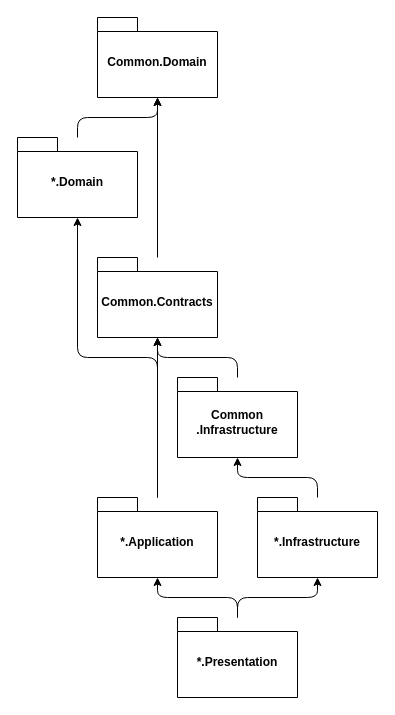
Above: Doc/DirectionOfDependencies.drawio in Shevchenko-Eduard/SecureEDM (draw.io), before the change. Source tidied: cells renumbered, new cells numbered last; positions are measured from the earlier drawing's top-left corner, leaving out a move shared by most shapes. Both pictures are drawn from the tidied source at 100%, with x=0, y=0 at pixel (17, 17).
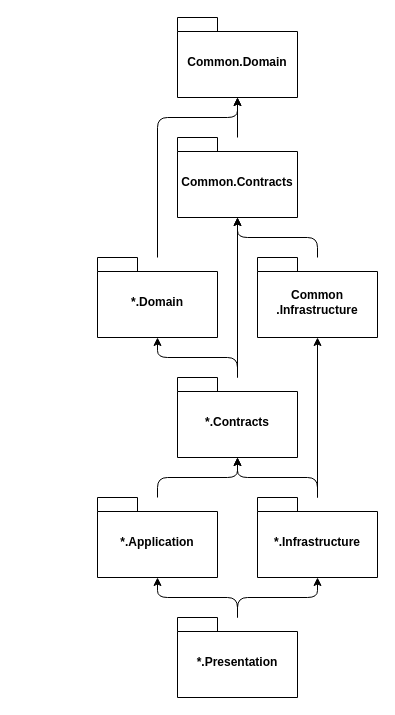
The same page after the edit.

Unchanged cells that the change refers to:
```xml
<mxCell id="10" value="&lt;div&gt;*.Infrastructure&lt;/div&gt;" style="shape=folder;fontStyle=1;spacingTop=10;tabWidth=40;tabHeight=14;tabPosition=left;html=1;whiteSpace=wrap;" parent="1" vertex="1">
  <mxGeometry x="240" y="480" width="120" height="80" as="geometry" />
</mxCell>
<mxCell id="16" value="&lt;div&gt;*.Application&lt;/div&gt;" style="shape=folder;fontStyle=1;spacingTop=10;tabWidth=40;tabHeight=14;tabPosition=left;html=1;whiteSpace=wrap;" parent="1" vertex="1">
  <mxGeometry x="80" y="480" width="120" height="80" as="geometry" />
</mxCell>
```

Diff of the diagram source:
```diff
@@
     <mxCell id="2" value="Common.Domain" style="shape=folder;fontStyle=1;spacingTop=10;tabWidth=40;tabHeight=14;tabPosition=left;html=1;whiteSpace=wrap;" parent="1" vertex="1">
-      <mxGeometry x="80" width="120" height="80" as="geometry" />
+      <mxGeometry x="160" width="120" height="80" as="geometry" />
     </mxCell>
     <mxCell id="3" style="edgeStyle=orthogonalEdgeStyle;html=1;" parent="1" edge="1" source="4" target="2">
-      <mxGeometry relative="1" as="geometry" />
+      <mxGeometry relative="1" as="geometry">
+        <Array as="points">
+          <mxPoint x="140" y="100" />
+          <mxPoint x="220" y="100" />
+        </Array>
+      </mxGeometry>
     </mxCell>
     <mxCell id="4" value="*.Domain" style="shape=folder;fontStyle=1;spacingTop=10;tabWidth=40;tabHeight=14;tabPosition=left;html=1;whiteSpace=wrap;" parent="1" vertex="1">
-      <mxGeometry y="120" width="120" height="80" as="geometry" />
+      <mxGeometry x="80" y="240" width="120" height="80" as="geometry" />
     </mxCell>
@@
     <mxCell id="6" value="Common.Contracts" style="shape=folder;fontStyle=1;spacingTop=10;tabWidth=40;tabHeight=14;tabPosition=left;html=1;whiteSpace=wrap;" parent="1" vertex="1">
-      <mxGeometry x="80" y="240" width="120" height="80" as="geometry" />
+      <mxGeometry x="160" y="120" width="120" height="80" as="geometry" />
     </mxCell>
@@
     <mxCell id="8" value="Common&lt;div&gt;.Infrastructure&lt;/div&gt;" style="shape=folder;fontStyle=1;spacingTop=10;tabWidth=40;tabHeight=14;tabPosition=left;html=1;whiteSpace=wrap;" parent="1" vertex="1">
-      <mxGeometry x="160" y="360" width="120" height="80" as="geometry" />
+      <mxGeometry x="240" y="240" width="120" height="80" as="geometry" />
     </mxCell>
@@
+    <mxCell id="17" style="edgeStyle=orthogonalEdgeStyle;html=1;" parent="1" edge="1" source="10" target="21">
+      <mxGeometry relative="1" as="geometry" />
+    </mxCell>
@@
-    <mxCell id="14" style="edgeStyle=orthogonalEdgeStyle;html=1;" parent="1" edge="1" source="16" target="6">
-      <mxGeometry relative="1" as="geometry" />
-    </mxCell>
-    <mxCell id="15" style="edgeStyle=orthogonalEdgeStyle;html=1;" parent="1" edge="1" source="16" target="4">
-      <mxGeometry relative="1" as="geometry" />
-    </mxCell>
+    <mxCell id="18" style="edgeStyle=orthogonalEdgeStyle;html=1;" parent="1" edge="1" source="16" target="21">
+      <mxGeometry relative="1" as="geometry" />
+    </mxCell>
@@
+    <mxCell id="19" style="edgeStyle=orthogonalEdgeStyle;html=1;" parent="1" edge="1" source="21" target="6">
+      <mxGeometry relative="1" as="geometry" />
+    </mxCell>
+    <mxCell id="20" style="edgeStyle=orthogonalEdgeStyle;html=1;" parent="1" edge="1" source="21" target="4">
+      <mxGeometry relative="1" as="geometry" />
+    </mxCell>
+    <mxCell id="21" value="*.Contracts" style="shape=folder;fontStyle=1;spacingTop=10;tabWidth=40;tabHeight=14;tabPosition=left;html=1;whiteSpace=wrap;" parent="1" vertex="1">
+      <mxGeometry x="160" y="360" width="120" height="80" as="geometry" />
+    </mxCell>
```
